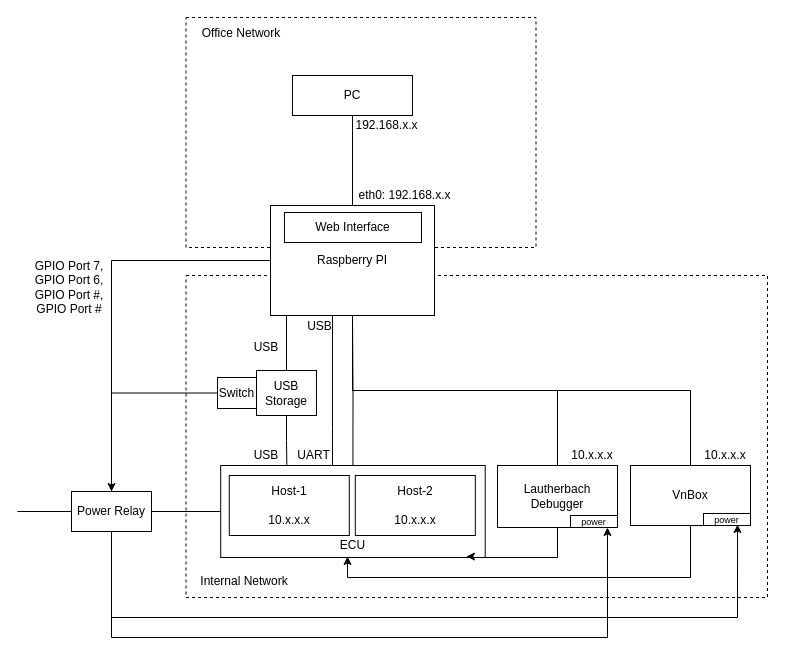
Above: docs/diagrams/redcon-overview.drawio in atakancelikkol/redcon (draw.io), before the change. Source tidied: cells renumbered, new cells numbered last; positions are measured from the earlier drawing's top-left corner, leaving out a move shared by most shapes. Both pictures are drawn from the tidied source at 100%, with x=0, y=0 at pixel (17, 17).
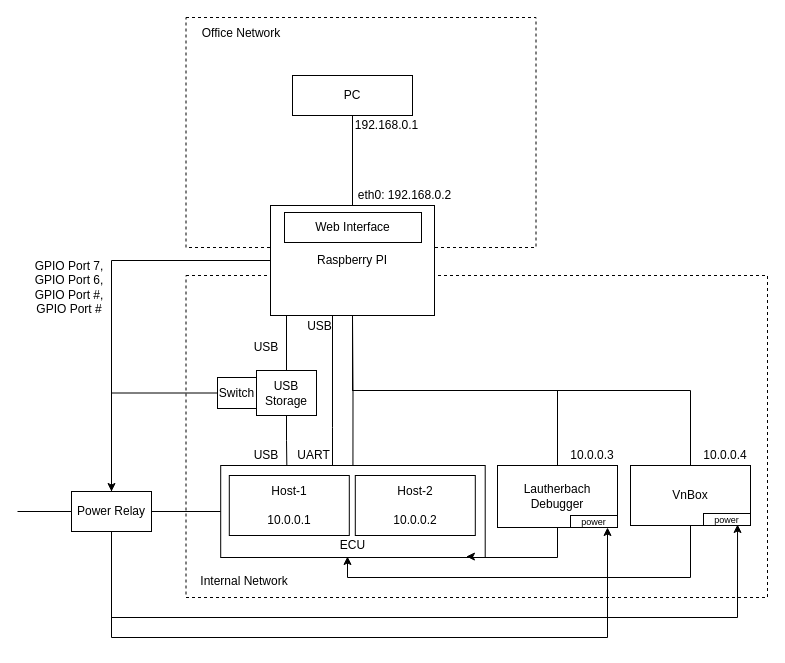
Above is the later version.

Change to the diagram source:
```diff
@@
-    <mxCell id="14" value="eth0: 192.168.x.x" style="text;html=1;strokeColor=none;fillColor=none;align=center;verticalAlign=middle;whiteSpace=wrap;rounded=0;" parent="1" vertex="1">
+    <mxCell id="14" value="eth0: 192.168.0.2" style="text;html=1;strokeColor=none;fillColor=none;align=center;verticalAlign=middle;whiteSpace=wrap;rounded=0;" parent="1" vertex="1">
       <mxGeometry x="335" y="168" width="105" height="20" as="geometry" />
     </mxCell>
@@
-    <mxCell id="16" value="192.168.x.x" style="text;html=1;strokeColor=none;fillColor=none;align=center;verticalAlign=middle;whiteSpace=wrap;rounded=0;" parent="1" vertex="1">
+    <mxCell id="16" value="192.168.0.1" style="text;html=1;strokeColor=none;fillColor=none;align=center;verticalAlign=middle;whiteSpace=wrap;rounded=0;" parent="1" vertex="1">
       <mxGeometry x="322" y="98" width="95" height="20" as="geometry" />
     </mxCell>
-    <mxCell id="17" value="Host-1&lt;br&gt;&lt;br&gt;&lt;div&gt;10.x.x.x&lt;br&gt;&lt;/div&gt;" style="rounded=0;whiteSpace=wrap;html=1;" parent="1" vertex="1">
+    <mxCell id="17" value="Host-1&lt;br&gt;&lt;br&gt;&lt;div&gt;10.0.0.1&lt;br&gt;&lt;/div&gt;" style="rounded=0;whiteSpace=wrap;html=1;" parent="1" vertex="1">
       <mxGeometry x="211.8" y="458" width="120" height="60" as="geometry" />
     </mxCell>
-    <mxCell id="18" value="Host-2&lt;br&gt;&lt;br&gt;10.x.x.x" style="rounded=0;whiteSpace=wrap;html=1;" parent="1" vertex="1">
+    <mxCell id="18" value="Host-2&lt;br&gt;&lt;br&gt;10.0.0.2" style="rounded=0;whiteSpace=wrap;html=1;" parent="1" vertex="1">
       <mxGeometry x="337.8" y="458" width="120" height="60" as="geometry" />
     </mxCell>
@@
-    <mxCell id="28" value="10.x.x.x" style="text;html=1;strokeColor=none;fillColor=none;align=center;verticalAlign=middle;whiteSpace=wrap;rounded=0;" parent="1" vertex="1">
+    <mxCell id="28" value="10.0.0.3" style="text;html=1;strokeColor=none;fillColor=none;align=center;verticalAlign=middle;whiteSpace=wrap;rounded=0;" parent="1" vertex="1">
       <mxGeometry x="540" y="428" width="70" height="20" as="geometry" />
     </mxCell>
@@
-    <mxCell id="32" value="10.x.x.x" style="text;html=1;strokeColor=none;fillColor=none;align=center;verticalAlign=middle;whiteSpace=wrap;rounded=0;" parent="1" vertex="1">
+    <mxCell id="32" value="10.0.0.4" style="text;html=1;strokeColor=none;fillColor=none;align=center;verticalAlign=middle;whiteSpace=wrap;rounded=0;" parent="1" vertex="1">
       <mxGeometry x="673" y="428" width="70" height="20" as="geometry" />
     </mxCell>
```
